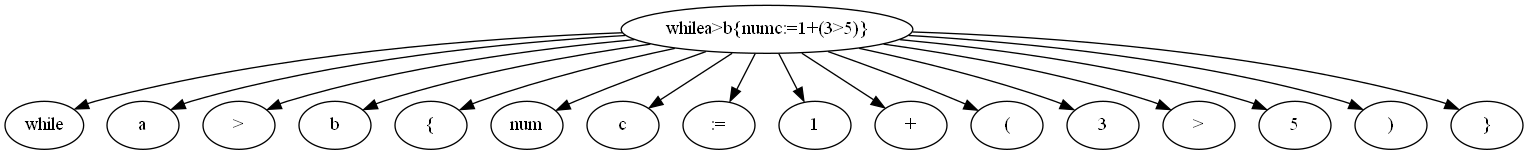
The Graphviz diagram ANTLR/output.png in Mcklmo/Simplified-GPL-Syntax-Compiler-P4-Project-AAU-, before a commit. Its source is kept beside it as ANTLR/output.dot.
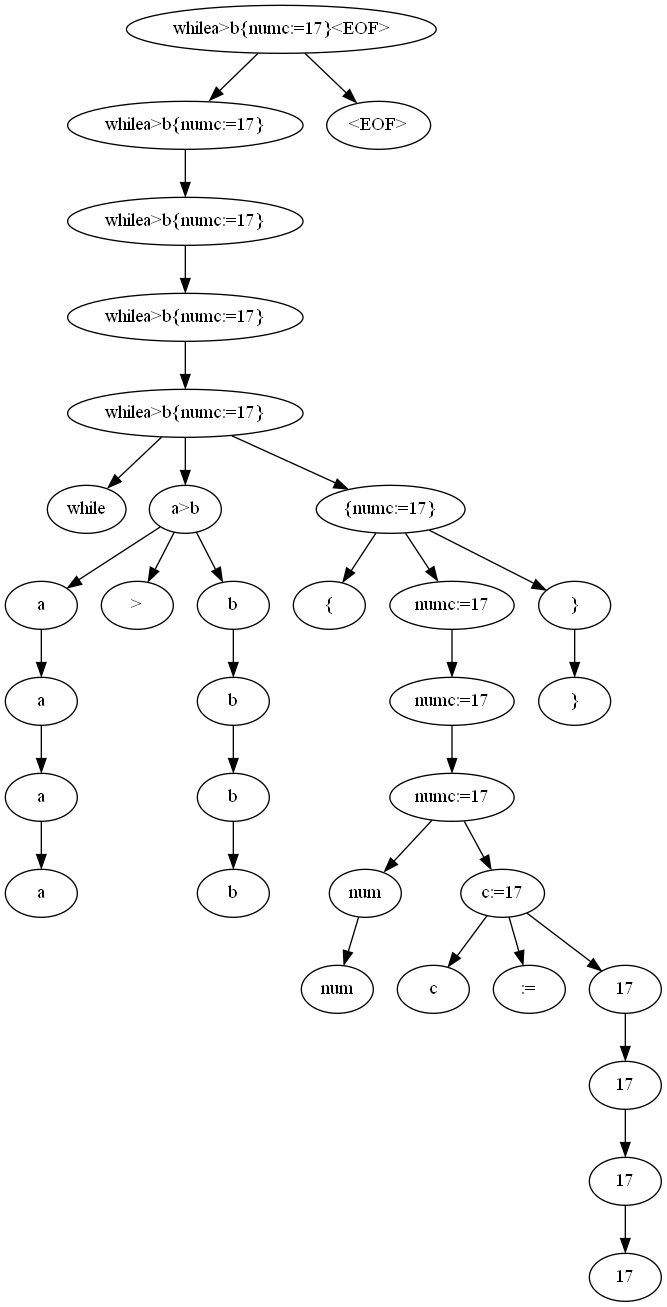
After the change.

Diff of the diagram source:
```diff
@@ -1,35 +1,53 @@
 digraph G {
-n0 [label="whilea>b{numc:=1+(3>5)}"];
-n1 [label="while"];
+n0 [label="numc:=1+(3>5)<EOF>"];
+n1 [label="numc:=1+(3>5)"];
 n0 -> n1;
-n2 [label="a"];
-n0 -> n2;
-n3 [label=">"];
-n0 -> n3;
-n4 [label="b"];
-n0 -> n4;
-n5 [label="{"];
-n0 -> n5;
-n6 [label="num"];
-n0 -> n6;
+n2 [label="numc:=1+(3>5)"];
+n1 -> n2;
+n3 [label="numc:=1+(3>5)"];
+n2 -> n3;
+n4 [label="num"];
+n3 -> n4;
+n5 [label="num"];
+n4 -> n5;
+n6 [label="c:=1+(3>5)"];
+n3 -> n6;
 n7 [label="c"];
-n0 -> n7;
+n6 -> n7;
 n8 [label=":="];
-n0 -> n8;
-n9 [label="1"];
-n0 -> n9;
-n10 [label="+"];
-n0 -> n10;
-n11 [label="("];
-n0 -> n11;
-n12 [label="3"];
-n0 -> n12;
-n13 [label=">"];
-n0 -> n13;
-n14 [label="5"];
-n0 -> n14;
-n15 [label=")"];
-n0 -> n15;
-n16 [label="}"];
-n0 -> n16;
+n6 -> n8;
+n9 [label="1+(3>5)"];
+n6 -> n9;
+n10 [label="1"];
+n9 -> n10;
+n11 [label="1"];
+n10 -> n11;
+n12 [label="1"];
+n11 -> n12;
+n13 [label="+"];
+n9 -> n13;
+n14 [label="(3>5)"];
+n9 -> n14;
+n15 [label="("];
+n14 -> n15;
+n16 [label="3>5"];
+n14 -> n16;
+n17 [label="3"];
+n16 -> n17;
+n18 [label="3"];
+n17 -> n18;
+n19 [label="3"];
+n18 -> n19;
+n20 [label=">"];
+n16 -> n20;
+n21 [label="5"];
+n16 -> n21;
+n22 [label="5"];
+n21 -> n22;
+n23 [label="5"];
+n22 -> n23;
+n24 [label=")"];
+n14 -> n24;
+n25 [label="<EOF>"];
+n0 -> n25;
 }
```
